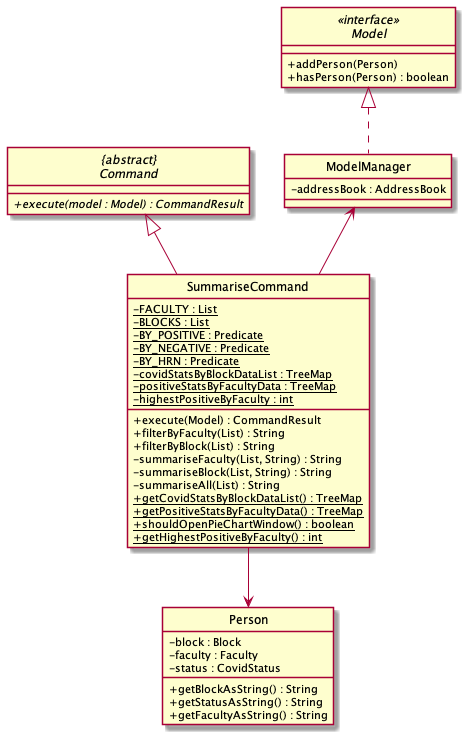
nus-cs2103-AY2122S2/tp keeps this PlantUML diagram as docs/images/SummariseClassDiagram.png. Above is the earlier version.
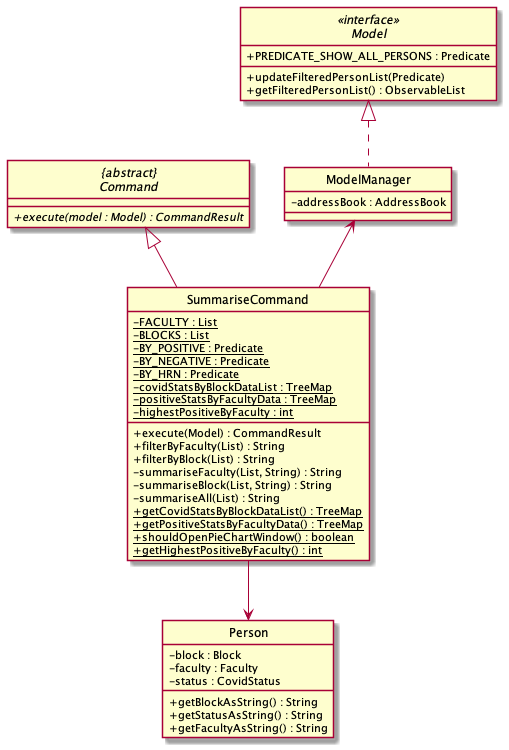
The same diagram one commit later.

Commit message:
Update diagrams for Summarise Command: Activity, Sequence and Class.

The edit, as a diff of the source:
```diff
@@ -8,8 +8,10 @@
 }
 
 interface Model <<interface>> {
-    + addPerson(Person)
-    + hasPerson(Person) : boolean
+    +PREDICATE_SHOW_ALL_PERSONS : Predicate
+
+    + updateFilteredPersonList(Predicate)
+    + getFilteredPersonList() : ObservableList
 }
 
 class ModelManager implements Model{
```
